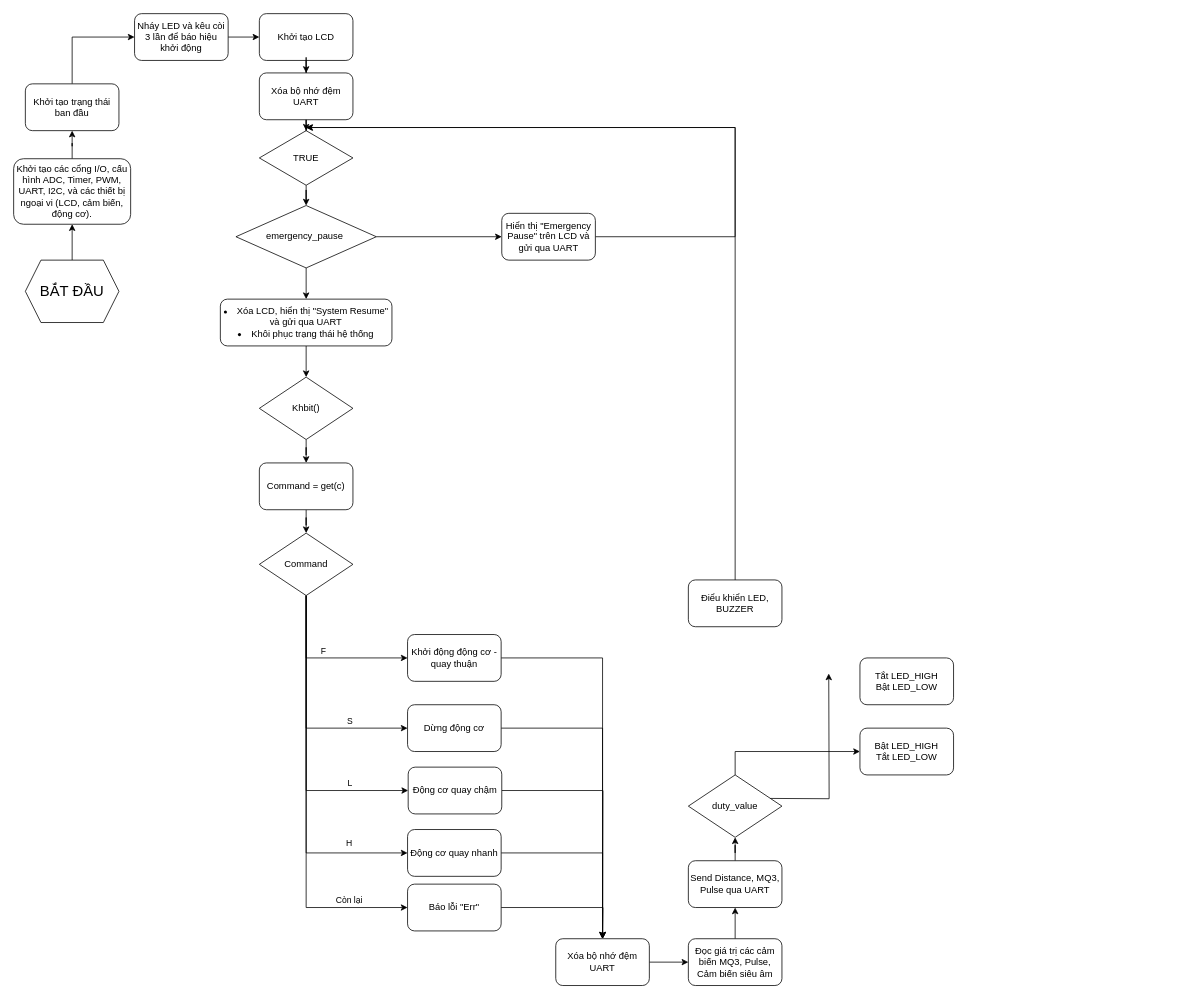
This is Untitled Diagram.drawio from IyuiwR/PBL3, a draw.io file, before an edit. Source tidied: cells renumbered, new cells numbered last; positions are measured from the earlier drawing's top-left corner, leaving out a move shared by most shapes. Both pictures are drawn from the tidied source at 78%, with x=0, y=0 at pixel (13, 13).
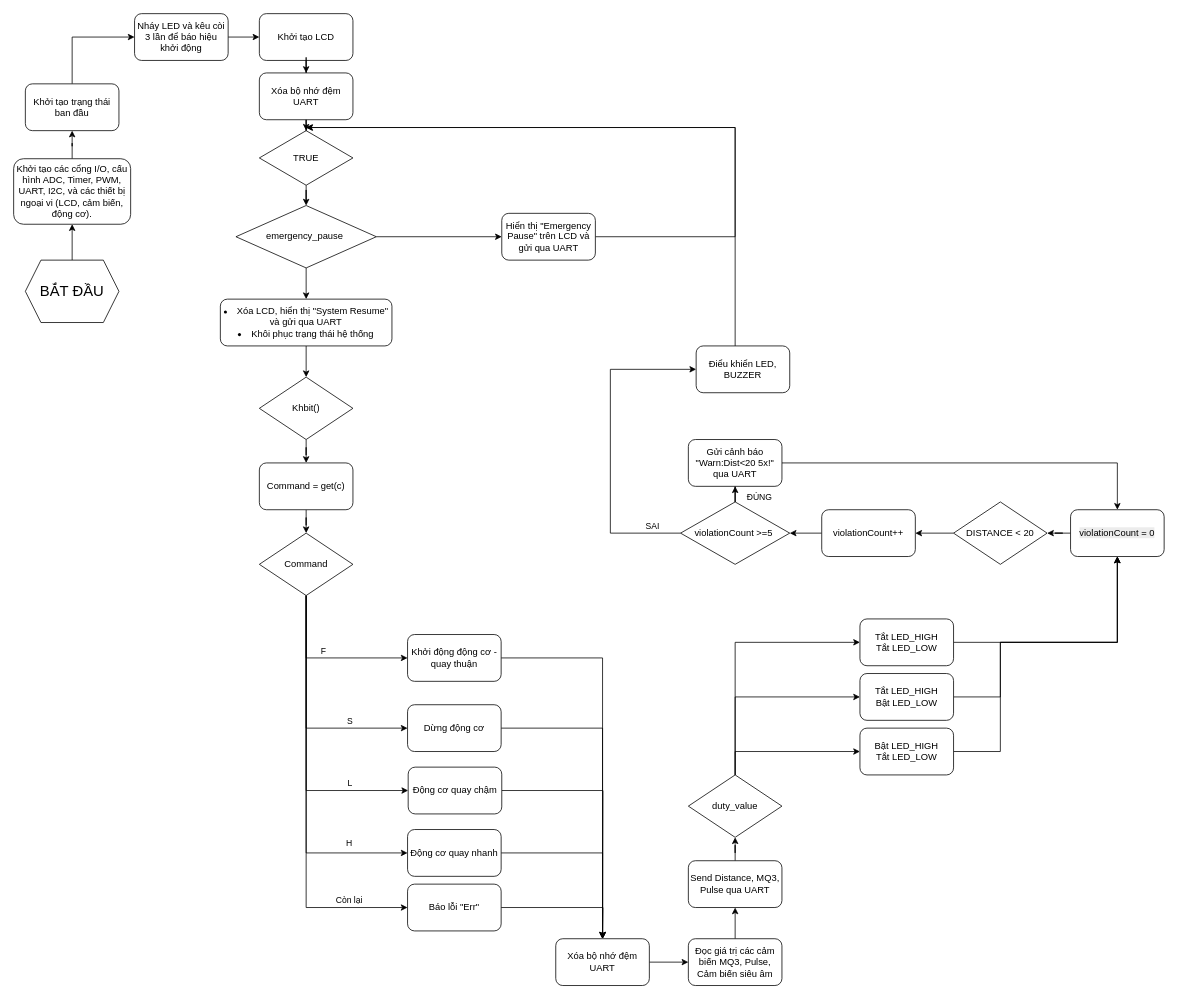
After the change.

Unchanged cells that the change refers to:
```xml
<mxCell id="58" value="duty_value" style="rhombus;whiteSpace=wrap;html=1;" parent="1" vertex="1">
  <mxGeometry x="865" y="976" width="120" height="80" as="geometry" />
</mxCell>
<mxCell id="59" value="Bật LED_HIGH&lt;br&gt;Tắt LED_LOW" style="rounded=1;whiteSpace=wrap;html=1;" parent="1" vertex="1">
  <mxGeometry x="1085" y="916" width="120" height="60" as="geometry" />
</mxCell>
```

What changed in the source:
```diff
@@
     <mxCell id="46" value="Điểu khiển LED, BUZZER" style="rounded=1;whiteSpace=wrap;html=1;" parent="1" vertex="1">
-      <mxGeometry x="865" y="726" width="120" height="60" as="geometry" />
+      <mxGeometry x="875" y="426" width="120" height="60" as="geometry" />
     </mxCell>
@@
-    <mxCell id="57" style="edgeStyle=orthogonalEdgeStyle;rounded=0;orthogonalLoop=1;jettySize=auto;html=1;entryX=0;entryY=0.5;entryDx=0;entryDy=0;" parent="1" edge="1">
+    <mxCell id="57" style="edgeStyle=orthogonalEdgeStyle;rounded=0;jettySize=auto;html=1;entryX=0;entryY=0.5;entryDx=0;entryDy=0;" parent="1" edge="1" source="58" target="60">
       <mxGeometry relative="1" as="geometry">
-        <mxPoint x="945" y="1006" as="sourcePoint" />
-        <mxPoint x="1045" y="846" as="targetPoint" />
+        <Array as="points">
+          <mxPoint x="925" y="876" />
+        </Array>
       </mxGeometry>
     </mxCell>
+    <mxCell id="61" style="edgeStyle=orthogonalEdgeStyle;rounded=0;jettySize=auto;html=1;entryX=0;entryY=0.5;entryDx=0;entryDy=0;" parent="1" edge="1" source="58" target="65">
+      <mxGeometry relative="1" as="geometry">
+        <Array as="points">
+          <mxPoint x="925" y="806" />
+        </Array>
+      </mxGeometry>
+    </mxCell>
@@
+    <mxCell id="62" style="edgeStyle=orthogonalEdgeStyle;rounded=0;jettySize=auto;html=1;entryX=0.5;entryY=1;entryDx=0;entryDy=0;" parent="1" edge="1" source="59" target="78">
+      <mxGeometry relative="1" as="geometry">
+        <Array as="points">
+          <mxPoint x="1265" y="946" />
+          <mxPoint x="1265" y="806" />
+          <mxPoint x="1415" y="806" />
+        </Array>
+      </mxGeometry>
+    </mxCell>
@@
+    <mxCell id="63" style="edgeStyle=orthogonalEdgeStyle;rounded=0;jettySize=auto;html=1;entryX=0.5;entryY=1;entryDx=0;entryDy=0;" parent="1" edge="1" source="60" target="78">
+      <mxGeometry relative="1" as="geometry">
+        <Array as="points">
+          <mxPoint x="1265" y="876" />
+          <mxPoint x="1265" y="806" />
+          <mxPoint x="1415" y="806" />
+        </Array>
+      </mxGeometry>
+    </mxCell>
     <mxCell id="60" value="Tắt LED_HIGH&lt;br&gt;Bật LED_LOW" style="rounded=1;whiteSpace=wrap;html=1;" parent="1" vertex="1">
-      <mxGeometry x="1085" y="826" width="120" height="60" as="geometry" />
+      <mxGeometry x="1085" y="846" width="120" height="60" as="geometry" />
     </mxCell>
+    <mxCell id="64" style="edgeStyle=orthogonalEdgeStyle;rounded=0;jettySize=auto;html=1;entryX=0.5;entryY=1;entryDx=0;entryDy=0;" parent="1" edge="1" source="65" target="78">
+      <mxGeometry relative="1" as="geometry">
+        <Array as="points">
+          <mxPoint x="1415" y="806" />
+        </Array>
+      </mxGeometry>
+    </mxCell>
+    <mxCell id="65" value="Tắt LED_HIGH&lt;br&gt;Tắt LED_LOW" style="rounded=1;whiteSpace=wrap;html=1;" parent="1" vertex="1">
+      <mxGeometry x="1085" y="776" width="120" height="60" as="geometry" />
+    </mxCell>
+    <mxCell id="66" style="edgeStyle=orthogonalEdgeStyle;rounded=0;jettySize=auto;html=1;" parent="1" edge="1" source="67" target="69">
+      <mxGeometry relative="1" as="geometry" />
+    </mxCell>
+    <mxCell id="67" value="DISTANCE &amp;lt; 20" style="rhombus;whiteSpace=wrap;html=1;" parent="1" vertex="1">
+      <mxGeometry x="1205" y="626" width="120" height="80" as="geometry" />
+    </mxCell>
+    <mxCell id="68" style="edgeStyle=orthogonalEdgeStyle;rounded=0;jettySize=auto;html=1;" parent="1" edge="1" source="69" target="74">
+      <mxGeometry relative="1" as="geometry" />
+    </mxCell>
+    <mxCell id="69" value="&lt;div&gt;violationCount++&lt;/div&gt;" style="rounded=1;whiteSpace=wrap;html=1;" parent="1" vertex="1">
+      <mxGeometry x="1036" y="636" width="120" height="60" as="geometry" />
+    </mxCell>
+    <mxCell id="70" style="edgeStyle=orthogonalEdgeStyle;rounded=0;jettySize=auto;html=1;" parent="1" edge="1" source="74" target="76">
+      <mxGeometry relative="1" as="geometry" />
+    </mxCell>
+    <mxCell id="71" value="ĐÚNG" style="edgeLabel;html=1;align=center;verticalAlign=middle;" parent="70" vertex="1">
+      <mxGeometry x="-0.77" y="1" relative="1" as="geometry">
+        <mxPoint x="31" as="offset" />
+      </mxGeometry>
+    </mxCell>
+    <mxCell id="72" style="edgeStyle=orthogonalEdgeStyle;rounded=0;jettySize=auto;html=1;entryX=0;entryY=0.5;entryDx=0;entryDy=0;" parent="1" edge="1" source="74" target="46">
+      <mxGeometry relative="1" as="geometry">
+        <Array as="points">
+          <mxPoint x="765" y="666" />
+          <mxPoint x="765" y="456" />
+        </Array>
+      </mxGeometry>
+    </mxCell>
+    <mxCell id="73" value="SAI" style="edgeLabel;html=1;align=center;verticalAlign=middle;" parent="72" vertex="1">
+      <mxGeometry x="-0.82" y="-1" relative="1" as="geometry">
+        <mxPoint y="-9" as="offset" />
+      </mxGeometry>
+    </mxCell>
+    <mxCell id="74" value="&lt;div&gt;violationCount &amp;gt;=5&amp;nbsp;&lt;/div&gt;" style="rhombus;whiteSpace=wrap;html=1;" parent="1" vertex="1">
+      <mxGeometry x="855" y="626" width="140" height="80" as="geometry" />
+    </mxCell>
+    <mxCell id="75" style="edgeStyle=orthogonalEdgeStyle;rounded=0;jettySize=auto;html=1;entryX=0.5;entryY=0;entryDx=0;entryDy=0;" parent="1" edge="1" source="76" target="78">
+      <mxGeometry relative="1" as="geometry" />
+    </mxCell>
+    <mxCell id="76" value="&lt;div&gt;Gửi cảnh báo &quot;Warn:Dist&amp;lt;20 5x!&quot; qua UART&lt;/div&gt;" style="rounded=1;whiteSpace=wrap;html=1;" parent="1" vertex="1">
+      <mxGeometry x="865" y="546" width="120" height="60" as="geometry" />
+    </mxCell>
+    <mxCell id="77" style="edgeStyle=orthogonalEdgeStyle;rounded=0;jettySize=auto;html=1;" parent="1" edge="1" source="78" target="67">
+      <mxGeometry relative="1" as="geometry" />
+    </mxCell>
+    <mxCell id="78" value="&lt;span style=&quot;color: rgb(0, 0, 0); font-family: Helvetica; font-size: 12px; font-style: normal; font-variant-ligatures: normal; font-variant-caps: normal; font-weight: 400; letter-spacing: normal; orphans: 2; text-align: center; text-indent: 0px; text-transform: none; widows: 2; word-spacing: 0px; -webkit-text-stroke-width: 0px; white-space: normal; background-color: rgb(236, 236, 236); text-decoration-thickness: initial; text-decoration-style: initial; text-decoration-color: initial; float: none; display: inline !important;&quot;&gt;violationCount = 0&lt;/span&gt;" style="rounded=1;whiteSpace=wrap;html=1;" parent="1" vertex="1">
+      <mxGeometry x="1355" y="636" width="120" height="60" as="geometry" />
+    </mxCell>
```
